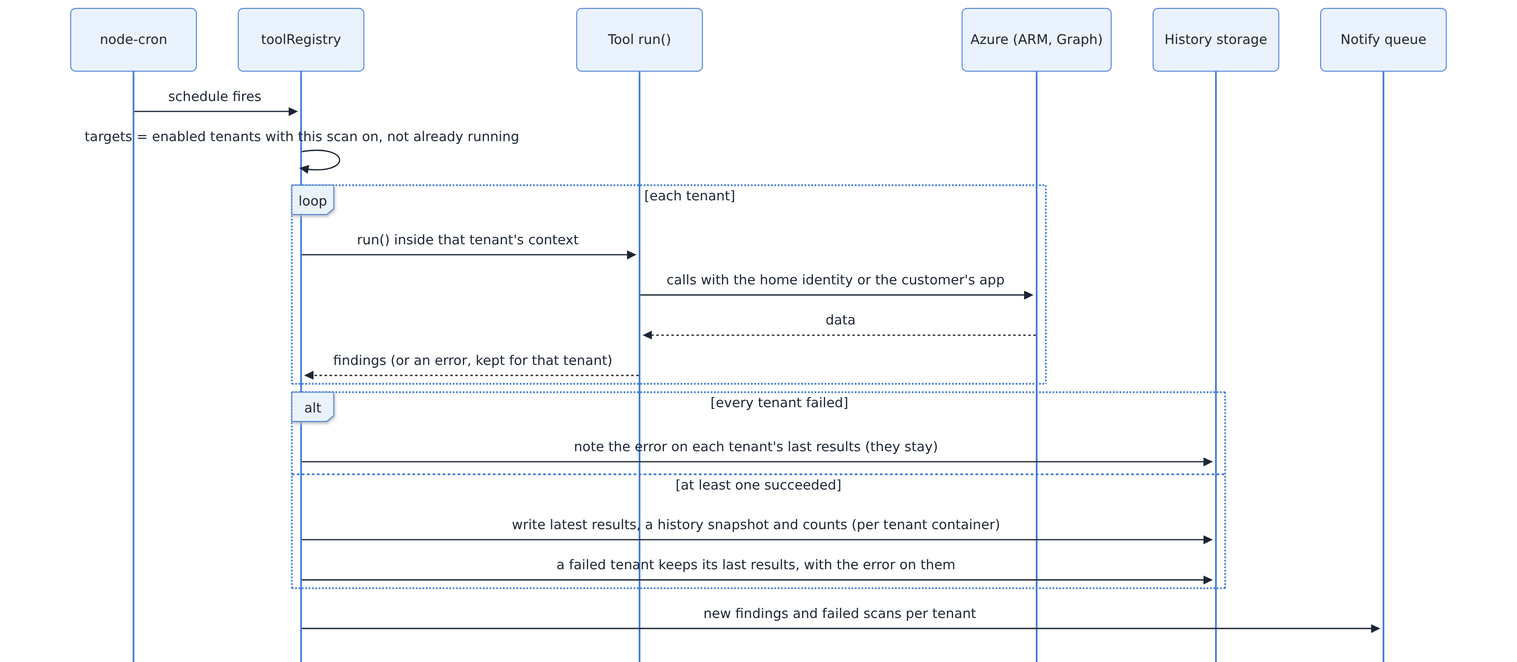
Gooseankles/cirrus-watch keeps this Mermaid diagram as docs/diagrams/lld-scan.png. Above is the earlier version. Its source is kept beside it as docs/diagrams/lld-scan.mmd. Its diagram source:
```mermaid
sequenceDiagram
  participant C as node-cron
  participant R as toolRegistry
  participant T as Tool run()
  participant Z as Azure (ARM, Graph)
  participant H as History storage
  participant N as Notify queue
  C->>R: schedule fires
  R->>R: targets = enabled tenants with this scan on, not already running
  loop each tenant
    R->>T: run() inside that tenant's context
    T->>Z: calls with the home identity or the customer's app
    Z-->>T: data
    T-->>R: findings (or an error, kept for that tenant)
  end
  alt every tenant failed
    R->>H: note the error on each tenant's last results (they stay)
  else at least one succeeded
    R->>H: write latest results, a history snapshot and counts (per tenant container)
    R->>H: a failed tenant keeps its last results, with the error on them
  end
  R->>N: new findings and failed scans per tenant
```
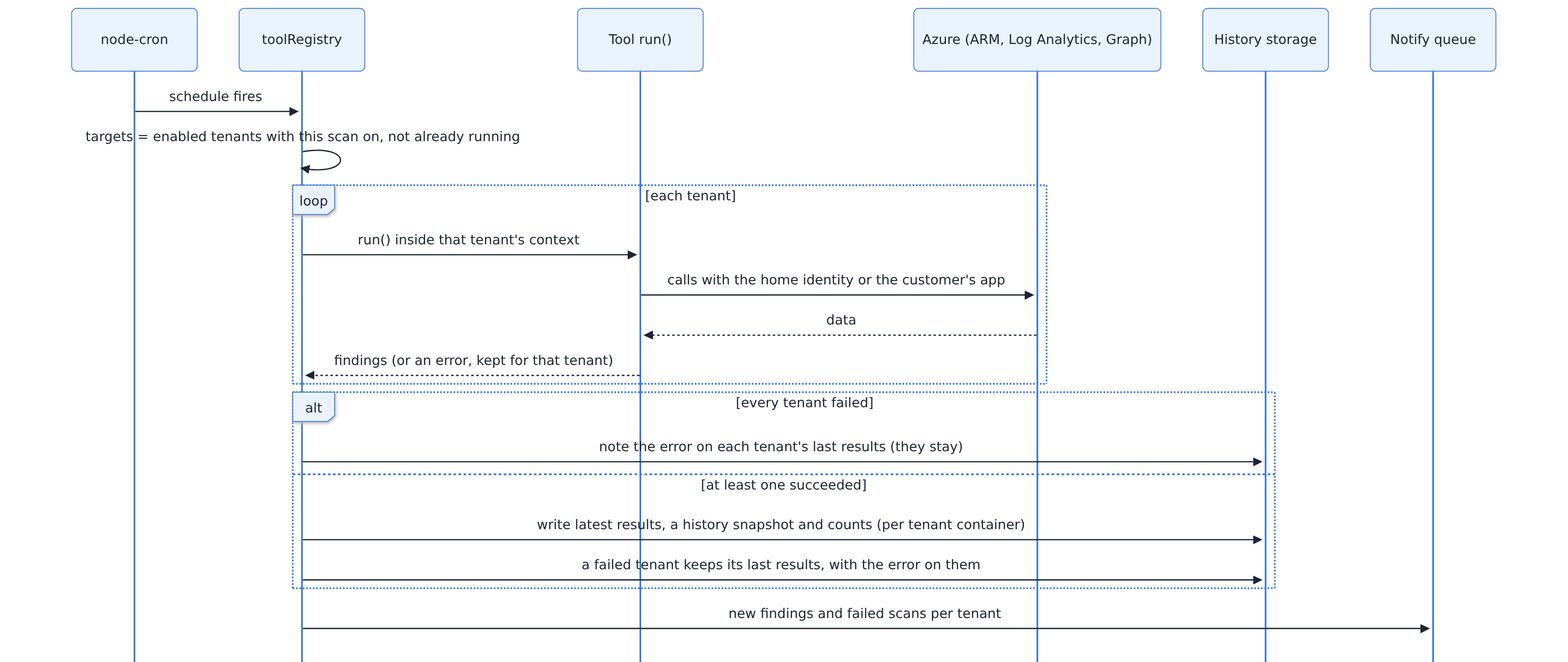
After the commit.

The edit, as a diff of the source:
```diff
@@ -2,7 +2,7 @@
   participant C as node-cron
   participant R as toolRegistry
   participant T as Tool run()
-  participant Z as Azure (ARM, Graph)
+  participant Z as Azure (ARM, Log Analytics, Graph)
   participant H as History storage
   participant N as Notify queue
   C->>R: schedule fires
```
